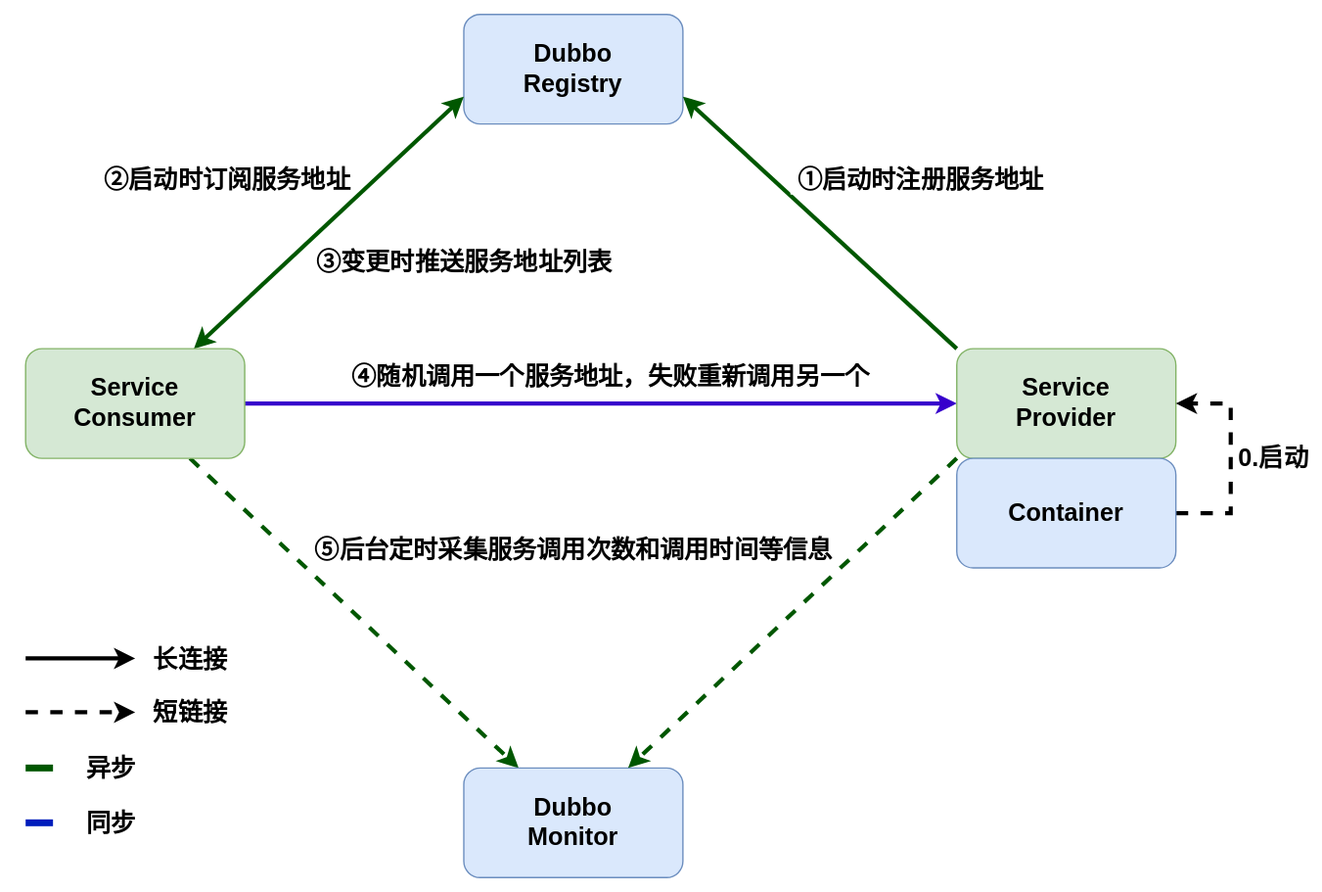
The draw.io diagram Java/Dubbo/Dubbo基础/Dubbo服务注册与发现流程.drawio.svg in Developer-Tang/notes, before a commit. Source tidied: cells renumbered, new cells last; positions are measured from the earlier drawing's top-left corner, leaving out a move shared by most shapes.
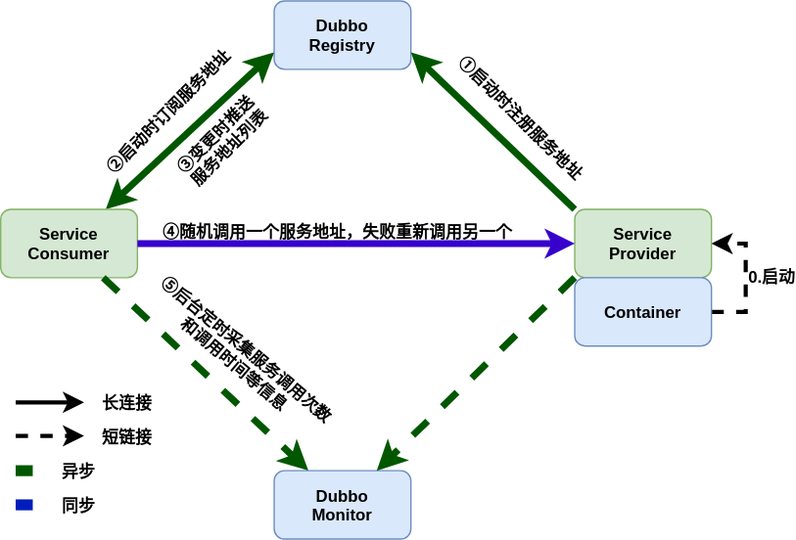
The same file after the commit.

Diff of the diagram source:
```diff
@@ -2,116 +2,116 @@
   <root>
     <mxCell id="0" />
     <mxCell id="1" parent="0" />
-    <mxCell id="2" value="Dubbo&lt;br&gt;Registry" style="rounded=1;whiteSpace=wrap;html=1;fontSize=18;fontStyle=1;fillColor=#dae8fc;strokeColor=#6c8ebf;" parent="1" vertex="1">
-      <mxGeometry x="320" width="160" height="80" as="geometry" />
+    <mxCell id="2" value="Dubbo&#10;Registry" style="rounded=1;fontSize=12;fontStyle=1;fillColor=#dae8fc;strokeColor=#6c8ebf;labelBackgroundColor=none;" parent="1" vertex="1">
+      <mxGeometry x="40.6" y="-80" width="99.8" height="49.9" as="geometry" />
     </mxCell>
-    <mxCell id="3" style="edgeStyle=none;rounded=0;jettySize=auto;html=1;entryX=0;entryY=0.75;entryDx=0;entryDy=0;fontSize=18;startArrow=classic;startFill=1;strokeWidth=3;fontStyle=1;fillColor=#008a00;strokeColor=#005700;" parent="1" edge="1" source="10" target="2">
+    <mxCell id="3" style="edgeStyle=none;rounded=0;jettySize=auto;entryX=0;entryY=0.75;entryDx=0;entryDy=0;fontSize=12;startArrow=classic;startFill=1;strokeWidth=5;fontStyle=1;fillColor=#008a00;strokeColor=#005700;labelBackgroundColor=none;" parent="1" edge="1" source="10" target="2">
       <mxGeometry relative="1" as="geometry" />
     </mxCell>
-    <mxCell id="4" value="②启动时订阅服务地址" style="edgeLabel;html=1;align=center;verticalAlign=middle;fontSize=18;fontStyle=1;" parent="3" vertex="1">
+    <mxCell id="4" value="②启动时订阅服务地址" style="edgeLabel;align=center;verticalAlign=middle;fontSize=12;fontStyle=1;labelBackgroundColor=none;rotation=-45;" parent="3" vertex="1">
       <mxGeometry x="0.21" y="2" relative="1" as="geometry">
-        <mxPoint x="-95" y="-11" as="offset" />
+        <mxPoint x="-28" y="-1" as="offset" />
       </mxGeometry>
     </mxCell>
-    <mxCell id="5" value="③变更时推送服务地址列表" style="edgeLabel;html=1;align=center;verticalAlign=middle;fontSize=18;fontStyle=1;" parent="3" vertex="1">
+    <mxCell id="5" value="③变更时推送&#10;服务地址列表" style="edgeLabel;align=center;verticalAlign=middle;fontSize=12;fontStyle=1;labelBackgroundColor=none;rotation=-45;" parent="3" vertex="1">
       <mxGeometry x="-0.15" y="-1" relative="1" as="geometry">
-        <mxPoint x="112" y="14" as="offset" />
+        <mxPoint x="31" y="-2" as="offset" />
       </mxGeometry>
     </mxCell>
-    <mxCell id="6" style="edgeStyle=none;rounded=0;jettySize=auto;html=1;entryX=0;entryY=0.5;entryDx=0;entryDy=0;fontSize=18;startArrow=none;startFill=0;strokeWidth=3;fontStyle=1;exitX=1;exitY=0.5;exitDx=0;exitDy=0;fillColor=#6a00ff;strokeColor=#3700CC;" parent="1" edge="1" source="10" target="15">
-      <mxGeometry relative="1" as="geometry" />
-    </mxCell>
-    <mxCell id="7" value="④随机调用一个服务地址，失败重新调用另一个" style="edgeLabel;html=1;align=center;verticalAlign=middle;fontSize=18;fontStyle=1;" parent="6" vertex="1">
-      <mxGeometry x="-0.17" y="2" relative="1" as="geometry">
-        <mxPoint x="50" y="-18" as="offset" />
-      </mxGeometry>
-    </mxCell>
+    <mxCell id="10" value="Service&#10;Consumer" style="rounded=1;fontSize=12;fontStyle=1;fillColor=#d5e8d4;strokeColor=#82b366;labelBackgroundColor=none;" parent="1" vertex="1">
+      <mxGeometry x="-159" y="72.2" width="99.8" height="49.9" as="geometry" />
+    </mxCell>
+    <mxCell id="11" value="Dubbo&#10;Monitor" style="rounded=1;fontSize=12;fontStyle=1;fillColor=#dae8fc;strokeColor=#6c8ebf;labelBackgroundColor=none;" parent="1" vertex="1">
+      <mxGeometry x="40.6" y="263.1" width="99.8" height="49.9" as="geometry" />
+    </mxCell>
-    <mxCell id="8" style="edgeStyle=none;rounded=0;jettySize=auto;html=1;entryX=0.25;entryY=0;entryDx=0;entryDy=0;fontSize=18;startArrow=none;startFill=0;dashed=1;strokeWidth=3;fontStyle=1;exitX=0.75;exitY=1;exitDx=0;exitDy=0;fillColor=#008a00;strokeColor=#005700;" parent="1" edge="1" source="10" target="11">
+    <mxCell id="8" style="edgeStyle=none;rounded=0;jettySize=auto;entryX=0.25;entryY=0;entryDx=0;entryDy=0;fontSize=12;startArrow=none;startFill=0;dashed=1;strokeWidth=5;fontStyle=1;exitX=0.75;exitY=1;exitDx=0;exitDy=0;fillColor=#008a00;strokeColor=#005700;labelBackgroundColor=none;" parent="1" edge="1" source="10" target="11">
       <mxGeometry relative="1" as="geometry" />
     </mxCell>
-    <mxCell id="9" value="⑤后台定时采集服务调用次数和调用时间等信息" style="edgeLabel;html=1;align=center;verticalAlign=middle;fontSize=18;fontStyle=1;" parent="8" vertex="1">
+    <mxCell id="9" value="⑤后台定时采集服务调用次数&#10;和调用时间等信息" style="edgeLabel;align=center;verticalAlign=middle;fontSize=12;fontStyle=1;labelBackgroundColor=none;rotation=40;" parent="8" vertex="1">
       <mxGeometry x="0.35" relative="1" as="geometry">
-        <mxPoint x="118" y="-86" as="offset" />
+        <mxPoint x="-1" y="-38" as="offset" />
       </mxGeometry>
     </mxCell>
-    <mxCell id="10" value="Service&lt;br&gt;Consumer" style="rounded=1;whiteSpace=wrap;html=1;fontSize=18;fontStyle=1;fillColor=#d5e8d4;strokeColor=#82b366;" parent="1" vertex="1">
-      <mxGeometry y="244" width="160" height="80" as="geometry" />
-    </mxCell>
-    <mxCell id="11" value="Dubbo&lt;br&gt;Monitor" style="rounded=1;whiteSpace=wrap;html=1;fontSize=18;fontStyle=1;fillColor=#dae8fc;strokeColor=#6c8ebf;" parent="1" vertex="1">
-      <mxGeometry x="320" y="550" width="160" height="80" as="geometry" />
-    </mxCell>
-    <mxCell id="12" style="rounded=0;jettySize=auto;html=1;fontSize=18;strokeWidth=3;fontStyle=1;entryX=1;entryY=0.75;entryDx=0;entryDy=0;exitX=0;exitY=0;exitDx=0;exitDy=0;fillColor=#008a00;strokeColor=#005700;" parent="1" edge="1" source="15" target="2">
+    <mxCell id="12" style="rounded=0;jettySize=auto;fontSize=12;strokeWidth=5;fontStyle=1;entryX=1;entryY=0.75;entryDx=0;entryDy=0;exitX=0;exitY=0;exitDx=0;exitDy=0;fillColor=#008a00;strokeColor=#005700;labelBackgroundColor=none;" parent="1" edge="1" source="15" target="2">
       <mxGeometry relative="1" as="geometry" />
     </mxCell>
-    <mxCell id="13" value="&amp;nbsp;①启动时注册服务地址" style="edgeLabel;html=1;align=center;verticalAlign=middle;fontSize=18;fontStyle=1;" parent="12" vertex="1">
+    <mxCell id="13" value=" ①启动时注册服务地址" style="edgeLabel;align=center;verticalAlign=middle;fontSize=12;fontStyle=1;labelBackgroundColor=none;rotation=45;" parent="12" vertex="1">
       <mxGeometry x="-0.43" y="-1" relative="1" as="geometry">
-        <mxPoint x="27" y="-70" as="offset" />
+        <mxPoint x="-7" y="-35" as="offset" />
       </mxGeometry>
     </mxCell>
-    <mxCell id="14" style="edgeStyle=none;rounded=0;jettySize=auto;html=1;exitX=0;exitY=1;exitDx=0;exitDy=0;entryX=0.75;entryY=0;entryDx=0;entryDy=0;fontSize=18;startArrow=none;startFill=0;dashed=1;strokeWidth=3;fontStyle=1;fillColor=#008a00;strokeColor=#005700;" parent="1" edge="1" source="15" target="11">
+    <mxCell id="14" style="edgeStyle=none;rounded=0;jettySize=auto;exitX=0;exitY=1;exitDx=0;exitDy=0;entryX=0.75;entryY=0;entryDx=0;entryDy=0;fontSize=12;startArrow=none;startFill=0;dashed=1;strokeWidth=5;fontStyle=1;fillColor=#008a00;strokeColor=#005700;labelBackgroundColor=none;" parent="1" edge="1" source="15" target="11">
       <mxGeometry relative="1" as="geometry" />
     </mxCell>
-    <mxCell id="15" value="Service&lt;br&gt;Provider" style="rounded=1;whiteSpace=wrap;html=1;fontSize=18;fontStyle=1;fillColor=#d5e8d4;strokeColor=#82b366;" parent="1" vertex="1">
-      <mxGeometry x="680" y="244" width="160" height="80" as="geometry" />
+    <mxCell id="15" value="Service&#10;Provider" style="rounded=1;fontSize=12;fontStyle=1;fillColor=#d5e8d4;strokeColor=#82b366;labelBackgroundColor=none;" parent="1" vertex="1">
+      <mxGeometry x="260" y="72.2" width="99.8" height="49.9" as="geometry" />
     </mxCell>
+    <mxCell id="6" style="edgeStyle=none;rounded=0;jettySize=auto;entryX=0;entryY=0.5;entryDx=0;entryDy=0;fontSize=12;startArrow=none;startFill=0;strokeWidth=5;fontStyle=1;exitX=1;exitY=0.5;exitDx=0;exitDy=0;fillColor=#6a00ff;strokeColor=#3700CC;labelBackgroundColor=none;" parent="1" edge="1" source="10" target="15">
+      <mxGeometry relative="1" as="geometry" />
+    </mxCell>
+    <mxCell id="7" value="④随机调用一个服务地址，失败重新调用另一个" style="edgeLabel;align=center;verticalAlign=middle;fontSize=12;fontStyle=1;labelBackgroundColor=none;" parent="6" vertex="1">
+      <mxGeometry x="-0.17" y="2" relative="1" as="geometry">
+        <mxPoint x="13" y="-7" as="offset" />
+      </mxGeometry>
+    </mxCell>
-    <mxCell id="16" style="edgeStyle=orthogonalEdgeStyle;rounded=0;jettySize=auto;html=1;exitX=1;exitY=0.5;exitDx=0;exitDy=0;entryX=1;entryY=0.5;entryDx=0;entryDy=0;dashed=1;strokeWidth=3;fontSize=18;startArrow=none;startFill=0;fontStyle=1;" parent="1" edge="1" source="18" target="15">
+    <mxCell id="16" style="edgeStyle=orthogonalEdgeStyle;rounded=0;jettySize=auto;exitX=1;exitY=0.5;exitDx=0;exitDy=0;entryX=1;entryY=0.5;entryDx=0;entryDy=0;dashed=1;strokeWidth=3;fontSize=12;startArrow=none;startFill=0;fontStyle=1;labelBackgroundColor=none;" parent="1" edge="1" source="18" target="15">
       <mxGeometry relative="1" as="geometry">
         <Array as="points">
-          <mxPoint x="880" y="364" />
-          <mxPoint x="880" y="284" />
+          <mxPoint x="384.8" y="147.1" />
+          <mxPoint x="384.8" y="97.2" />
         </Array>
       </mxGeometry>
     </mxCell>
-    <mxCell id="17" value="0.启动" style="edgeLabel;html=1;align=center;verticalAlign=middle;fontSize=18;fontStyle=1;" parent="16" vertex="1">
+    <mxCell id="17" value="0.启动" style="edgeLabel;align=center;verticalAlign=middle;fontSize=12;fontStyle=1;labelBackgroundColor=none;" parent="16" vertex="1">
       <mxGeometry x="0.29" relative="1" as="geometry">
-        <mxPoint x="30" y="23" as="offset" />
+        <mxPoint x="19" y="13" as="offset" />
       </mxGeometry>
     </mxCell>
-    <mxCell id="18" value="Container" style="rounded=1;whiteSpace=wrap;html=1;fontSize=18;fontStyle=1;fillColor=#dae8fc;strokeColor=#6c8ebf;" parent="1" vertex="1">
-      <mxGeometry x="680" y="324" width="160" height="80" as="geometry" />
+    <mxCell id="18" value="Container" style="rounded=1;fontSize=12;fontStyle=1;fillColor=#dae8fc;strokeColor=#6c8ebf;labelBackgroundColor=none;" parent="1" vertex="1">
+      <mxGeometry x="260" y="122.1" width="99.8" height="49.9" as="geometry" />
     </mxCell>
-    <mxCell id="19" style="rounded=0;orthogonalLoop=1;jettySize=auto;html=1;fontSize=18;strokeWidth=3;fontStyle=1;exitX=0;exitY=0;exitDx=0;exitDy=0;" parent="1" edge="1">
+    <mxCell id="19" style="rounded=0;orthogonalLoop=1;jettySize=auto;fontSize=12;strokeWidth=3;fontStyle=1;exitX=0;exitY=0;exitDx=0;exitDy=0;labelBackgroundColor=none;" parent="1" edge="1">
       <mxGeometry relative="1" as="geometry">
-        <mxPoint y="470" as="sourcePoint" />
-        <mxPoint x="80" y="470" as="targetPoint" />
+        <mxPoint x="-148.1" y="213.2" as="sourcePoint" />
+        <mxPoint x="-98.1" y="213.2" as="targetPoint" />
       </mxGeometry>
     </mxCell>
-    <mxCell id="20" value="长连接" style="edgeLabel;html=1;align=center;verticalAlign=middle;fontSize=18;fontStyle=1;" parent="19" vertex="1">
+    <mxCell id="20" value="长连接" style="edgeLabel;align=center;verticalAlign=middle;fontSize=12;fontStyle=1;labelBackgroundColor=none;" parent="19" vertex="1">
       <mxGeometry x="-0.43" y="-1" relative="1" as="geometry">
-        <mxPoint x="97" y="-1" as="offset" />
+        <mxPoint x="67" y="-1" as="offset" />
       </mxGeometry>
     </mxCell>
-    <mxCell id="21" style="rounded=0;orthogonalLoop=1;jettySize=auto;html=1;fontSize=18;strokeWidth=3;fontStyle=1;exitX=0;exitY=0;exitDx=0;exitDy=0;dashed=1;" parent="1" edge="1">
+    <mxCell id="21" style="rounded=0;orthogonalLoop=1;jettySize=auto;fontSize=12;strokeWidth=3;fontStyle=1;exitX=0;exitY=0;exitDx=0;exitDy=0;dashed=1;labelBackgroundColor=none;" parent="1" edge="1">
       <mxGeometry relative="1" as="geometry">
-        <mxPoint y="509.3" as="sourcePoint" />
-        <mxPoint x="80" y="509.3" as="targetPoint" />
+        <mxPoint x="-148.1" y="237.7" as="sourcePoint" />
+        <mxPoint x="-98.1" y="237.7" as="targetPoint" />
       </mxGeometry>
     </mxCell>
-    <mxCell id="22" value="短链接" style="edgeLabel;html=1;align=center;verticalAlign=middle;fontSize=18;fontStyle=1;" parent="21" vertex="1">
+    <mxCell id="22" value="短链接" style="edgeLabel;align=center;verticalAlign=middle;fontSize=12;fontStyle=1;labelBackgroundColor=none;" parent="21" vertex="1">
       <mxGeometry x="-0.43" y="-1" relative="1" as="geometry">
-        <mxPoint x="97" y="-1" as="offset" />
+        <mxPoint x="67" y="-1" as="offset" />
       </mxGeometry>
     </mxCell>
-    <mxCell id="23" style="edgeStyle=none;rounded=0;orthogonalLoop=1;jettySize=auto;html=1;fontSize=18;startArrow=none;startFill=0;strokeWidth=5;fontStyle=1;exitX=1;exitY=0.5;exitDx=0;exitDy=0;fillColor=#008a00;strokeColor=#005700;endArrow=none;endFill=0;" parent="1" edge="1">
+    <mxCell id="23" style="edgeStyle=none;rounded=0;orthogonalLoop=1;jettySize=auto;fontSize=12;startArrow=none;startFill=0;strokeWidth=8;fontStyle=1;exitX=1;exitY=0.5;exitDx=0;exitDy=0;fillColor=#008a00;strokeColor=#005700;endArrow=none;endFill=0;labelBackgroundColor=none;" parent="1" edge="1">
       <mxGeometry relative="1" as="geometry">
-        <mxPoint y="550" as="sourcePoint" />
-        <mxPoint x="20" y="550" as="targetPoint" />
+        <mxPoint x="-148.1" y="263.1" as="sourcePoint" />
+        <mxPoint x="-135.6" y="263.1" as="targetPoint" />
       </mxGeometry>
     </mxCell>
-    <mxCell id="24" value="异步" style="edgeLabel;html=1;align=center;verticalAlign=middle;fontSize=18;fontStyle=1;" parent="23" vertex="1">
+    <mxCell id="24" value="异步" style="edgeLabel;align=center;verticalAlign=middle;fontSize=12;fontStyle=1;labelBackgroundColor=none;" parent="23" vertex="1">
       <mxGeometry x="-0.17" y="2" relative="1" as="geometry">
-        <mxPoint x="53" y="2" as="offset" />
+        <mxPoint x="41" y="2" as="offset" />
       </mxGeometry>
     </mxCell>
-    <mxCell id="25" style="edgeStyle=none;rounded=0;orthogonalLoop=1;jettySize=auto;html=1;fontSize=18;startArrow=none;startFill=0;strokeWidth=5;fontStyle=1;exitX=1;exitY=0.5;exitDx=0;exitDy=0;fillColor=#0050ef;strokeColor=#001DBC;endArrow=none;endFill=0;" parent="1" edge="1">
+    <mxCell id="25" style="edgeStyle=none;rounded=0;orthogonalLoop=1;jettySize=auto;fontSize=12;startArrow=none;startFill=0;strokeWidth=8;fontStyle=1;exitX=1;exitY=0.5;exitDx=0;exitDy=0;fillColor=#0050ef;strokeColor=#001DBC;endArrow=none;endFill=0;labelBackgroundColor=none;" parent="1" edge="1">
       <mxGeometry relative="1" as="geometry">
-        <mxPoint y="590" as="sourcePoint" />
-        <mxPoint x="20" y="590" as="targetPoint" />
+        <mxPoint x="-148.1" y="288" as="sourcePoint" />
+        <mxPoint x="-135.6" y="288" as="targetPoint" />
       </mxGeometry>
     </mxCell>
-    <mxCell id="26" value="同步" style="edgeLabel;html=1;align=center;verticalAlign=middle;fontSize=18;fontStyle=1;" parent="25" vertex="1">
+    <mxCell id="26" value="同步" style="edgeLabel;align=center;verticalAlign=middle;fontSize=12;fontStyle=1;labelBackgroundColor=none;" parent="25" vertex="1">
       <mxGeometry x="-0.17" y="2" relative="1" as="geometry">
-        <mxPoint x="53" y="2" as="offset" />
+        <mxPoint x="41" y="2" as="offset" />
       </mxGeometry>
     </mxCell>
   </root>
```
